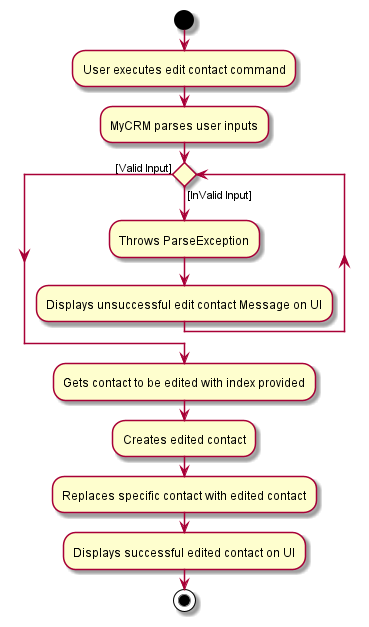
Before: docs/images/contact/EditContactActivityDiagram.png, a diagram exported from PlantUML (ooawagaeri/tp). Source of this version:
```plantuml
@startuml
start
:User executes edit contact command;
:MyCRM parses user inputs;
while () is ([InValid Input])
    :Throws ParseException;
    :Displays unsuccessful edit contact Message on UI;
endwhile ([Valid Input])
:Gets contact to be edited with index provided;
:Creates edited contact;
:Replaces specific contact with edited contact;
:Displays successful edited contact on UI;
stop
@enduml
```
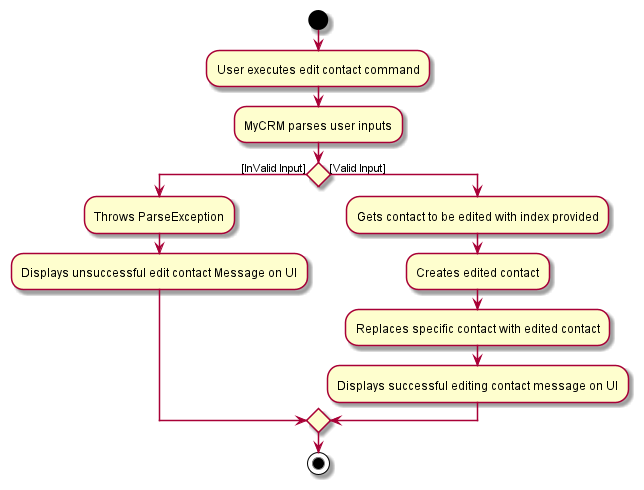
The same diagram one commit later.

The edit, as a diff of the source:
```diff
@@ -2,13 +2,14 @@
 start
 :User executes edit contact command;
 :MyCRM parses user inputs;
-while () is ([InValid Input])
+if () then ([InValid Input])
     :Throws ParseException;
     :Displays unsuccessful edit contact Message on UI;
-endwhile ([Valid Input])
+else ([Valid Input])
 :Gets contact to be edited with index provided;
 :Creates edited contact;
 :Replaces specific contact with edited contact;
-:Displays successful edited contact on UI;
+:Displays successful editing contact message on UI;
+endif
 stop
 @enduml
```
